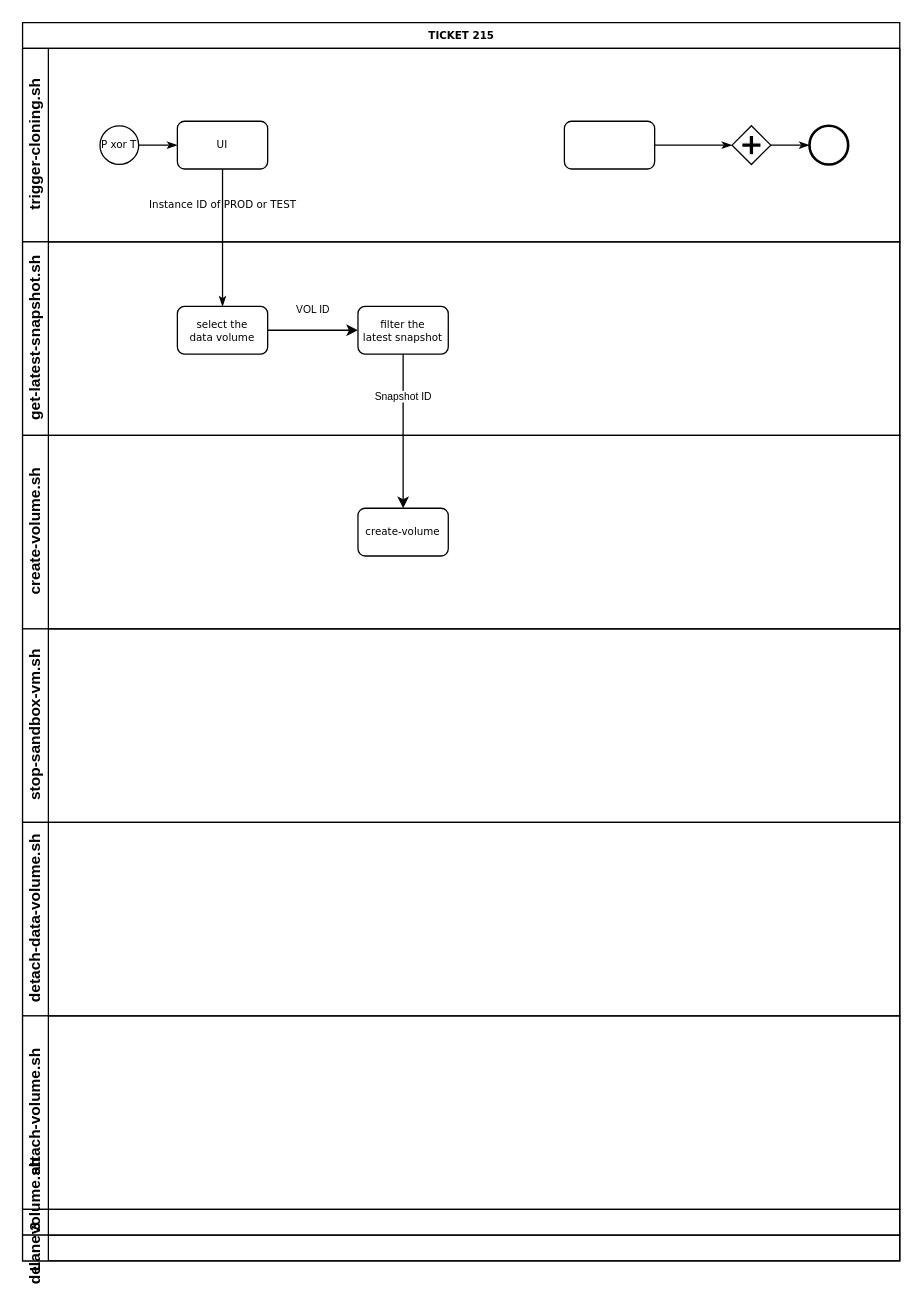
Above: triggered-flow-for-sandbox.drawio in mahoff/repo (draw.io), before the change. Source tidied: cells renumbered, new cells numbered last; positions are measured from the earlier drawing's top-left corner, leaving out a move shared by most shapes. Both pictures are drawn from the tidied source at 129%, with x=0, y=0 at pixel (22, 22).
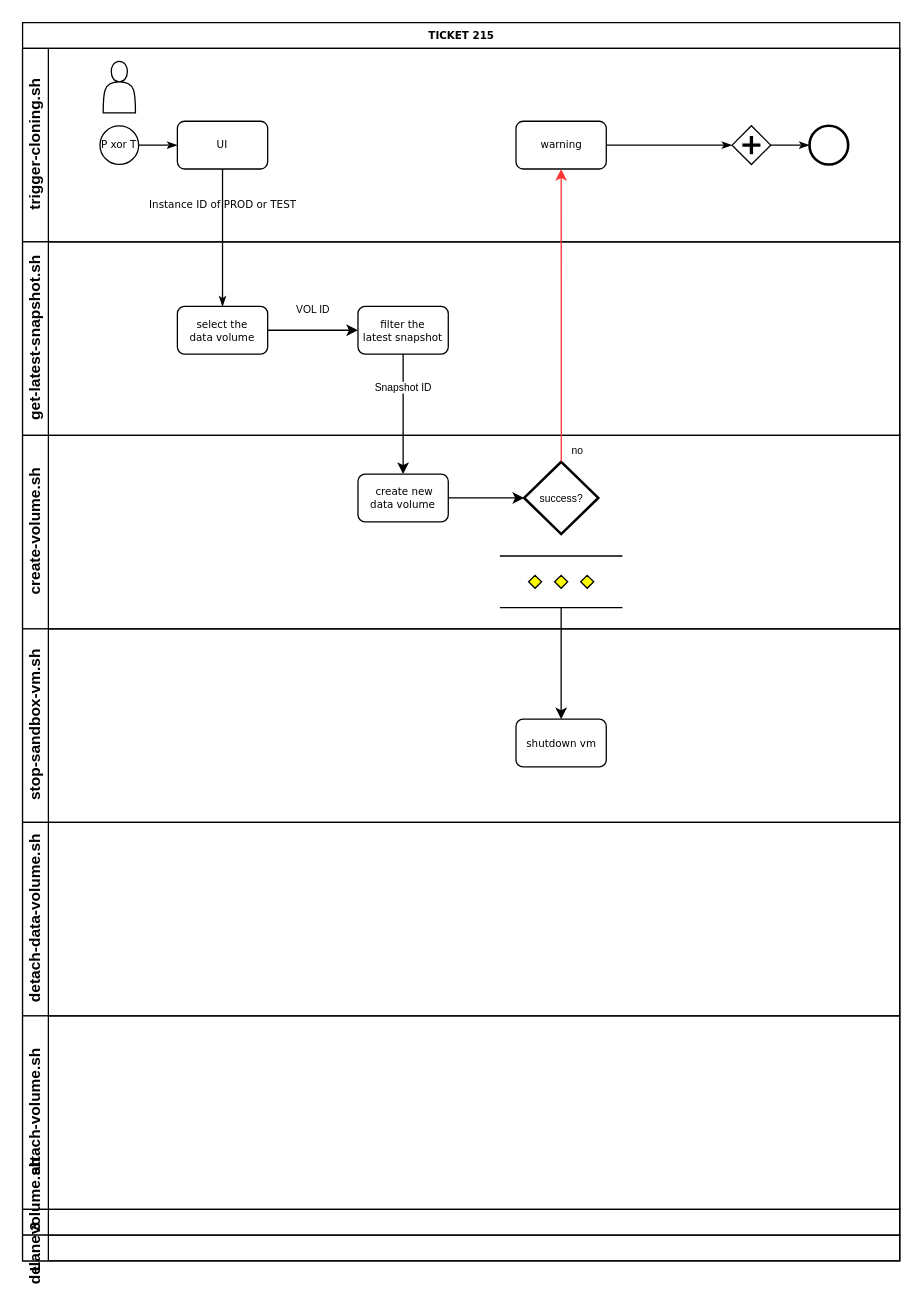
After the change.

Commit message:
introduce first error handling

The change refers to these unchanged cells:
```xml
<mxCell id="2" value="TICKET 215" style="swimlane;html=1;horizontal=1;startSize=20;rounded=0;shadow=0;labelBackgroundColor=none;strokeWidth=1;fontFamily=Verdana;fontSize=8;align=center;" parent="1" vertex="1">
  <mxGeometry width="680" height="960" as="geometry" />
</mxCell>
<mxCell id="3" value="trigger-cloning.sh" style="swimlane;html=1;startSize=20;horizontal=0;" parent="2" vertex="1">
  <mxGeometry y="20" width="680" height="150" as="geometry" />
</mxCell>
<mxCell id="6" value="UI" style="rounded=1;whiteSpace=wrap;html=1;shadow=0;labelBackgroundColor=none;strokeWidth=1;fontFamily=Verdana;fontSize=8;align=center;" parent="3" vertex="1">
  <mxGeometry x="120" y="56.5" width="70" height="37" as="geometry" />
</mxCell>
<mxCell id="14" value="select the&lt;br&gt;data volume" style="rounded=1;whiteSpace=wrap;html=1;shadow=0;labelBackgroundColor=none;strokeWidth=1;fontFamily=Verdana;fontSize=8;align=center;" parent="12" vertex="1">
  <mxGeometry x="120" y="50" width="70" height="37" as="geometry" />
</mxCell>
<mxCell id="16" value="create-volume.sh" style="swimlane;html=1;startSize=20;horizontal=0;" parent="2" vertex="1">
  <mxGeometry y="320" width="680" height="150" as="geometry" />
</mxCell>
<mxCell id="19" value="stop-sandbox-vm.sh" style="swimlane;html=1;startSize=20;horizontal=0;" parent="2" vertex="1">
  <mxGeometry y="470" width="680" height="150" as="geometry" />
</mxCell>
```

Change to the diagram source:
```diff
@@
-    <mxCell id="8" style="rounded=1;whiteSpace=wrap;html=1;shadow=0;labelBackgroundColor=none;strokeWidth=1;fontFamily=Verdana;fontSize=8;align=center;" parent="3" vertex="1">
-      <mxGeometry x="420" y="56.5" width="70" height="37" as="geometry" />
+    <mxCell id="8" value="warning" style="rounded=1;whiteSpace=wrap;html=1;shadow=0;labelBackgroundColor=none;strokeWidth=1;fontFamily=Verdana;fontSize=8;align=center;" parent="3" vertex="1">
+      <mxGeometry x="382.5" y="56.5" width="70" height="37" as="geometry" />
     </mxCell>
@@
+    <mxCell id="25" style="shape=actor;whiteSpace=wrap;html=1;fontSize=8;" parent="3" vertex="1">
+      <mxGeometry x="62.5" y="10" width="25" height="40" as="geometry" />
+    </mxCell>
@@
+    <mxCell id="18" value="Instance ID of PROD or TEST" style="edgeStyle=orthogonalEdgeStyle;rounded=0;html=1;labelBackgroundColor=none;startArrow=none;startFill=0;startSize=5;endArrow=classicThin;endFill=1;endSize=5;jettySize=auto;strokeWidth=1;fontFamily=Verdana;fontSize=8;" parent="2" edge="1" source="6" target="14">
+      <mxGeometry x="-0.5" relative="1" as="geometry" />
+    </mxCell>
@@
+    <mxCell id="26" style="edgeStyle=orthogonalEdgeStyle;rounded=0;jettySize=auto;html=1;exitX=1;exitY=0.5;exitDx=0;exitDy=0;entryX=0;entryY=0.5;entryDx=0;entryDy=0;entryPerimeter=0;fontSize=8;" parent="16" edge="1" source="17" target="28">
+      <mxGeometry relative="1" as="geometry" />
+    </mxCell>
-    <mxCell id="17" value="create-volume" style="rounded=1;whiteSpace=wrap;html=1;shadow=0;labelBackgroundColor=none;strokeWidth=1;fontFamily=Verdana;fontSize=8;align=center;" parent="16" vertex="1">
-      <mxGeometry x="260" y="56.5" width="70" height="37" as="geometry" />
+    <mxCell id="17" value="&amp;nbsp;create new&lt;br&gt;data volume" style="rounded=1;whiteSpace=wrap;html=1;shadow=0;labelBackgroundColor=none;strokeWidth=1;fontFamily=Verdana;fontSize=8;align=center;" parent="16" vertex="1">
+      <mxGeometry x="260" y="30" width="70" height="37" as="geometry" />
     </mxCell>
-    <mxCell id="18" value="Instance ID of PROD or TEST" style="edgeStyle=orthogonalEdgeStyle;rounded=0;html=1;labelBackgroundColor=none;startArrow=none;startFill=0;startSize=5;endArrow=classicThin;endFill=1;endSize=5;jettySize=auto;strokeWidth=1;fontFamily=Verdana;fontSize=8;" parent="2" edge="1" source="6" target="14">
-      <mxGeometry x="-0.5" relative="1" as="geometry" />
-    </mxCell>
+    <mxCell id="27" style="verticalLabelPosition=bottom;verticalAlign=top;html=1;shape=mxgraph.flowchart.parallel_mode;fontSize=8;" parent="16" vertex="1">
+      <mxGeometry x="370" y="93.5" width="95" height="40" as="geometry" />
+    </mxCell>
+    <mxCell id="28" value="success?" style="strokeWidth=2;html=1;shape=mxgraph.flowchart.decision;whiteSpace=wrap;fontSize=8;" parent="16" vertex="1">
+      <mxGeometry x="388.8" y="20.5" width="57.5" height="56" as="geometry" />
+    </mxCell>
@@
+    <mxCell id="29" value="shutdown vm" style="rounded=1;whiteSpace=wrap;html=1;shadow=0;labelBackgroundColor=none;strokeWidth=1;fontFamily=Verdana;fontSize=8;align=center;" parent="19" vertex="1">
+      <mxGeometry x="382.5" y="70" width="70" height="37" as="geometry" />
+    </mxCell>
@@
+    <mxCell id="30" style="edgeStyle=orthogonalEdgeStyle;rounded=0;jettySize=auto;html=1;entryX=0.5;entryY=0;entryDx=0;entryDy=0;fontSize=8;" parent="2" edge="1" source="27" target="29">
+      <mxGeometry relative="1" as="geometry" />
+    </mxCell>
+    <mxCell id="31" value="no" style="edgeStyle=orthogonalEdgeStyle;rounded=0;jettySize=auto;html=1;fontSize=8;strokeColor=#FF3333;" parent="2" edge="1" source="28" target="8">
+      <mxGeometry x="-0.92" y="-12" relative="1" as="geometry" />
+    </mxCell>
```
